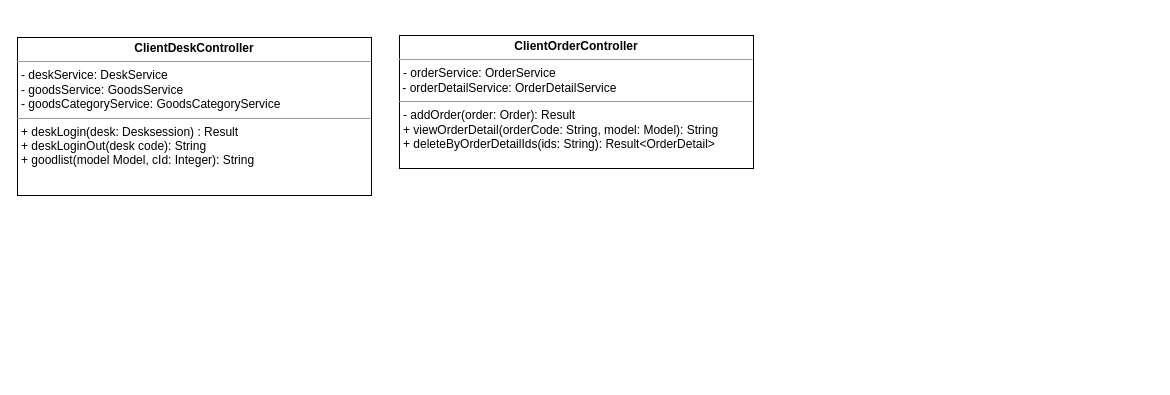
Earlier version of the draw.io diagram 软件设计与体系结构.drawio (wencanning/draw.io). Source tidied: cells renumbered, new cells numbered last; positions are measured from the earlier drawing's top-left corner, leaving out a move shared by most shapes. Both pictures are drawn from the tidied source at 100%, with x=0, y=0 at pixel (17, 35).
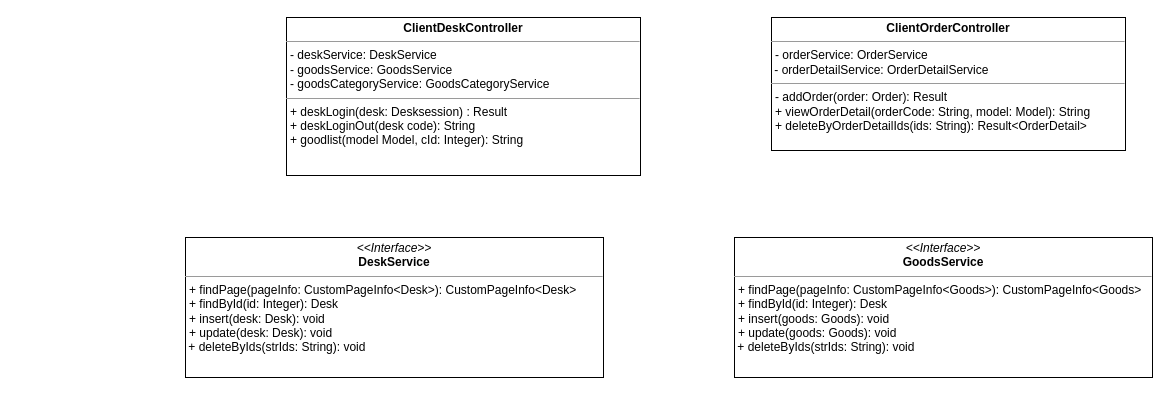
Above is the later version.

Commit message (it also covers changes not shown here):
更新软件设计与体系结构.drawio

What changed in the source:
```diff
@@
 <mxGraphModel>
   <root>
     <mxCell id="0" />
     <mxCell id="1" parent="0" />
     <mxCell id="2" value="&lt;p style=&quot;margin:0px;margin-top:4px;text-align:center;&quot;&gt;&lt;b&gt;ClientDeskController&lt;/b&gt;&lt;br&gt;&lt;/p&gt;&lt;hr size=&quot;1&quot;&gt;&lt;p style=&quot;margin:0px;margin-left:4px;&quot;&gt;-&amp;nbsp;deskService:&amp;nbsp;DeskService&lt;/p&gt;&lt;p style=&quot;margin:0px;margin-left:4px;&quot;&gt;- goodsService:&amp;nbsp;GoodsService&lt;/p&gt;&lt;p style=&quot;margin:0px;margin-left:4px;&quot;&gt;-&amp;nbsp;goodsCategoryService:&amp;nbsp;GoodsCategoryService&lt;/p&gt;&lt;hr size=&quot;1&quot;&gt;&lt;p style=&quot;margin:0px;margin-left:4px;&quot;&gt;+&amp;nbsp;deskLogin(desk: Desksession) : Result&amp;nbsp;&lt;/p&gt;&lt;p style=&quot;margin:0px;margin-left:4px;&quot;&gt;+&amp;nbsp;deskLoginOut(desk code): String&lt;/p&gt;&lt;p style=&quot;margin:0px;margin-left:4px;&quot;&gt;+ goodlist(model Model, cId: Integer): String&lt;/p&gt;" style="verticalAlign=top;align=left;overflow=fill;fontSize=12;fontFamily=Helvetica;html=1;whiteSpace=wrap;" parent="1" vertex="1">
-      <mxGeometry y="2" width="354" height="158" as="geometry" />
+      <mxGeometry x="269" y="-18" width="354" height="158" as="geometry" />
     </mxCell>
     <mxCell id="3" value="&lt;p style=&quot;margin:0px;margin-top:4px;text-align:center;&quot;&gt;&lt;b&gt;ClientOrderController&lt;/b&gt;&lt;br&gt;&lt;/p&gt;&lt;hr size=&quot;1&quot;&gt;&lt;p style=&quot;margin:0px;margin-left:4px;&quot;&gt;&lt;span style=&quot;background-color: initial;&quot;&gt;-&amp;nbsp;orderService:&amp;nbsp;OrderService&lt;/span&gt;&lt;span style=&quot;background-color: initial;&quot;&gt;&amp;nbsp;&lt;/span&gt;&lt;/p&gt;&amp;nbsp;- orderDetailService:&amp;nbsp;OrderDetailService&lt;hr size=&quot;1&quot;&gt;&lt;p style=&quot;margin:0px;margin-left:4px;&quot;&gt;-&amp;nbsp;addOrder(order: Order): Result&lt;/p&gt;&lt;p style=&quot;margin:0px;margin-left:4px;&quot;&gt;+&amp;nbsp;viewOrderDetail(orderCode: String, model: Model): String&lt;/p&gt;&lt;p style=&quot;margin:0px;margin-left:4px;&quot;&gt;+&amp;nbsp;deleteByOrderDetailIds(ids: String): Result&amp;lt;OrderDetail&amp;gt;&lt;/p&gt;" style="verticalAlign=top;align=left;overflow=fill;fontSize=12;fontFamily=Helvetica;html=1;whiteSpace=wrap;" parent="1" vertex="1">
-      <mxGeometry x="382" width="354" height="133" as="geometry" />
+      <mxGeometry x="754" y="-18" width="354" height="133" as="geometry" />
     </mxCell>
+    <mxCell id="4" value="&lt;p style=&quot;margin:0px;margin-top:4px;text-align:center;&quot;&gt;&lt;i&gt;&amp;lt;&amp;lt;Interface&amp;gt;&amp;gt;&lt;/i&gt;&lt;br&gt;&lt;b&gt;DeskService&lt;/b&gt;&lt;/p&gt;&lt;hr size=&quot;1&quot;&gt;&lt;p style=&quot;margin:0px;margin-left:4px;&quot;&gt;+ findPage(pageInfo:&amp;nbsp;CustomPageInfo&amp;lt;Desk&amp;gt;):&amp;nbsp;CustomPageInfo&amp;lt;Desk&amp;gt;&amp;nbsp;&lt;br&gt;&lt;/p&gt;&lt;p style=&quot;margin:0px;margin-left:4px;&quot;&gt;+&amp;nbsp;findById(id: Integer): Desk&lt;/p&gt;&lt;p style=&quot;margin:0px;margin-left:4px;&quot;&gt;+ insert(desk: Desk): void&lt;/p&gt;&lt;p style=&quot;margin:0px;margin-left:4px;&quot;&gt;+ update(desk: Desk): void&lt;/p&gt;&amp;nbsp;+ deleteByIds(strIds: String): void" style="verticalAlign=top;align=left;overflow=fill;fontSize=12;fontFamily=Helvetica;html=1;whiteSpace=wrap;" parent="1" vertex="1">
+      <mxGeometry x="168" y="202" width="418" height="140" as="geometry" />
+    </mxCell>
+    <mxCell id="5" value="&lt;p style=&quot;margin:0px;margin-top:4px;text-align:center;&quot;&gt;&lt;i&gt;&amp;lt;&amp;lt;Interface&amp;gt;&amp;gt;&lt;/i&gt;&lt;br&gt;&lt;b&gt;GoodsService&lt;/b&gt;&lt;br&gt;&lt;/p&gt;&lt;hr size=&quot;1&quot;&gt;&lt;p style=&quot;margin:0px;margin-left:4px;&quot;&gt;+ findPage(pageInfo:&amp;nbsp;CustomPageInfo&amp;lt;Goods&amp;gt;):&amp;nbsp;CustomPageInfo&amp;lt;Goods&amp;gt;&amp;nbsp;&lt;br&gt;&lt;/p&gt;&lt;p style=&quot;margin:0px;margin-left:4px;&quot;&gt;+&amp;nbsp;findById(id: Integer): Desk&lt;/p&gt;&lt;p style=&quot;margin:0px;margin-left:4px;&quot;&gt;+ insert(goods: Goods): void&lt;/p&gt;&lt;p style=&quot;margin:0px;margin-left:4px;&quot;&gt;+ update(goods: Goods): void&lt;/p&gt;&amp;nbsp;+ deleteByIds(strIds: String): void" style="verticalAlign=top;align=left;overflow=fill;fontSize=12;fontFamily=Helvetica;html=1;whiteSpace=wrap;" parent="1" vertex="1">
+      <mxGeometry x="717" y="202" width="418" height="140" as="geometry" />
+    </mxCell>
   </root>
 </mxGraphModel>
```
